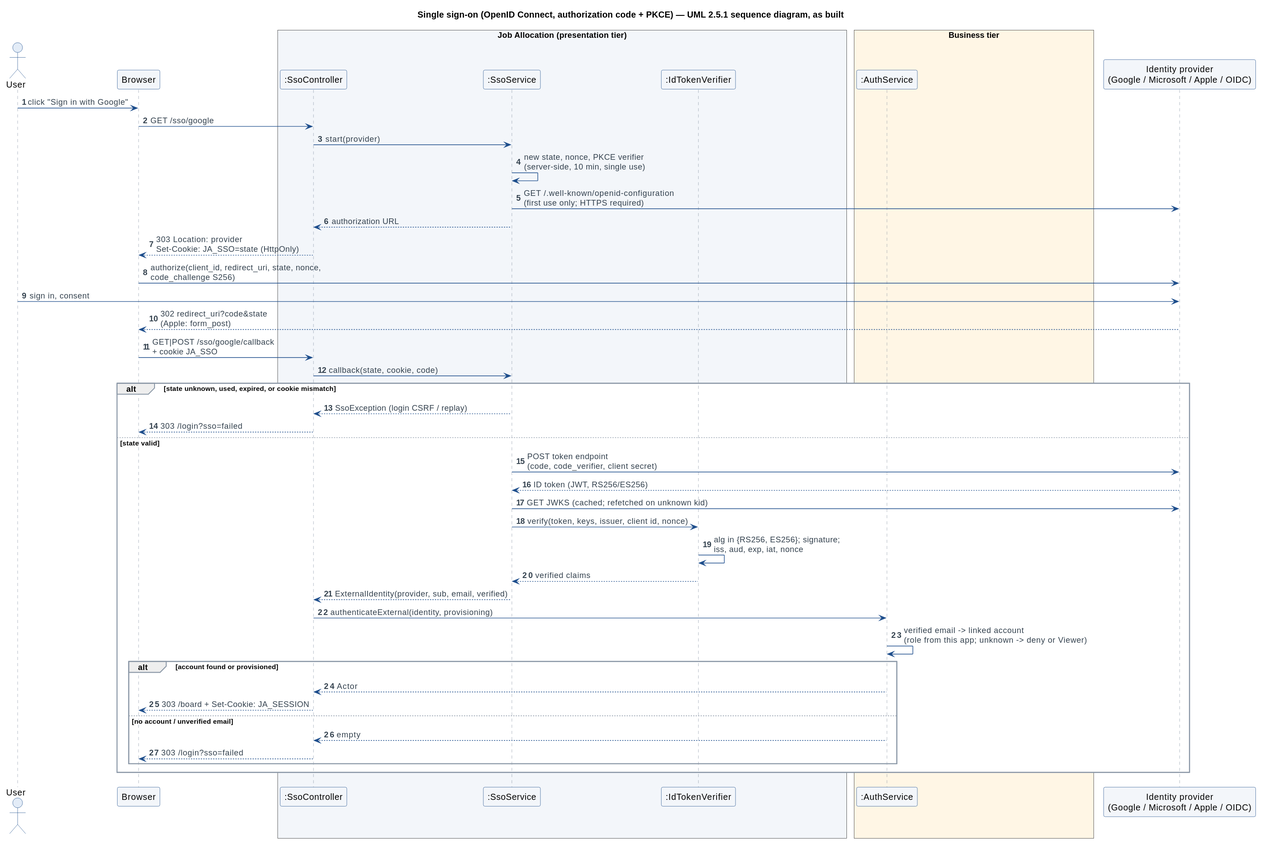
Earlier version of the PlantUML export diagrams/svg/30-sso-sequence.svg (jaricsng/ooad-3tier-job-allocation).
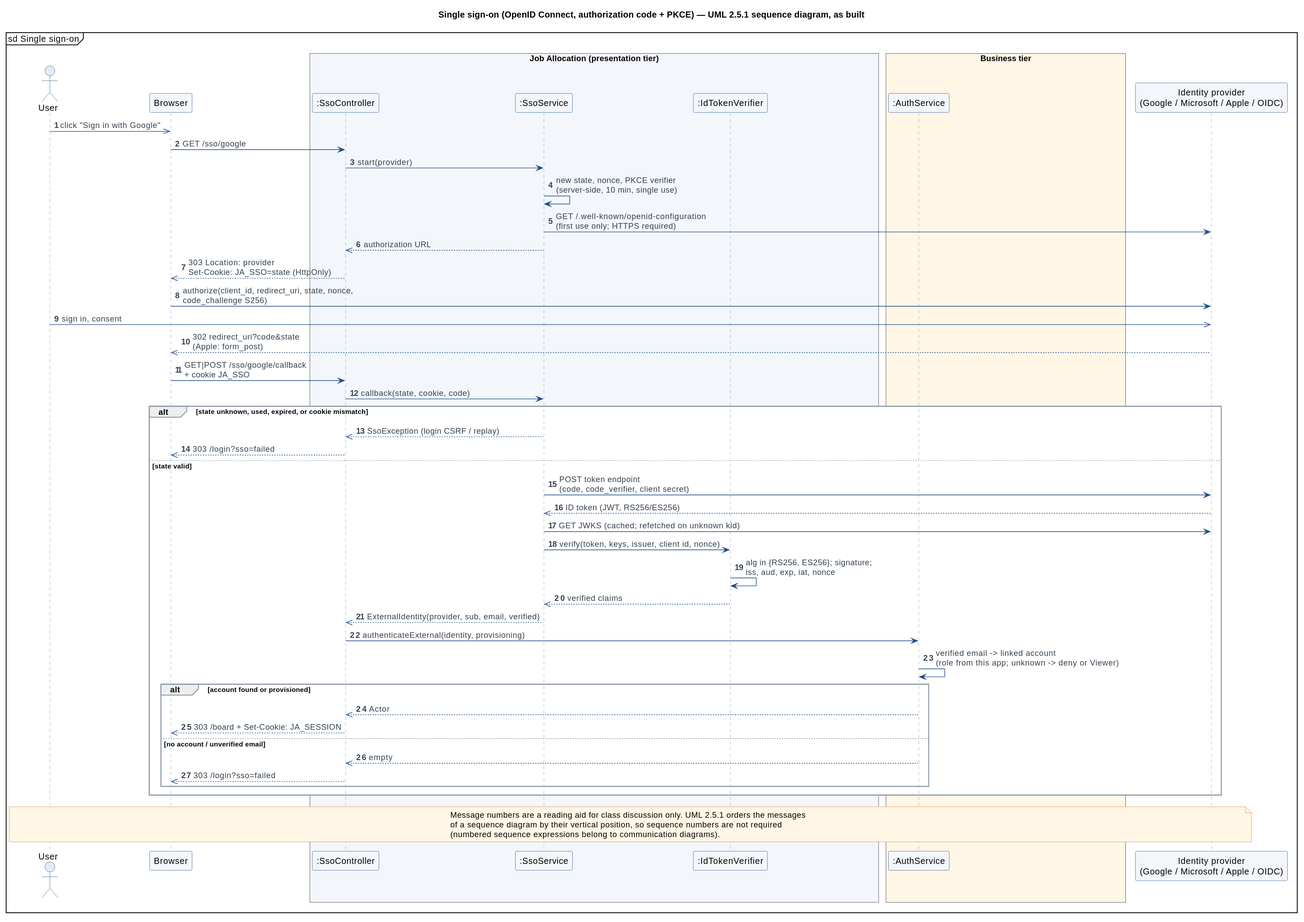
The same file after the commit.

The edit, as a diff of the source:
```diff
@@ -1,5 +1,6 @@
 @startuml
 !include style.iuml
+mainframe sd Single sign-on
 autonumber
 title Single sign-on (OpenID Connect, authorization code + PKCE) — UML 2.5.1 sequence diagram, as built
 
@@ -15,37 +16,42 @@
 end box
 participant "Identity provider\n(Google / Microsoft / Apple / OIDC)" as P
 
-U -> B : click "Sign in with Google"
+U ->> B : click "Sign in with Google"
 B -> C : GET /sso/google
 C -> S : start(provider)
 S -> S : new state, nonce, PKCE verifier\n(server-side, 10 min, single use)
 S -> P : GET /.well-known/openid-configuration\n(first use only; HTTPS required)
-S --> C : authorization URL
-C --> B : 303 Location: provider\nSet-Cookie: JA_SSO=state (HttpOnly)
+S -->> C : authorization URL
+C -->> B : 303 Location: provider\nSet-Cookie: JA_SSO=state (HttpOnly)
 B -> P : authorize(client_id, redirect_uri, state, nonce,\ncode_challenge S256)
-U -> P : sign in, consent
-P --> B : 302 redirect_uri?code&state\n(Apple: form_post)
+U ->> P : sign in, consent
+P -->> B : 302 redirect_uri?code&state\n(Apple: form_post)
 B -> C : GET|POST /sso/google/callback\n+ cookie JA_SSO
 C -> S : callback(state, cookie, code)
 alt state unknown, used, expired, or cookie mismatch
-  S --> C : SsoException (login CSRF / replay)
-  C --> B : 303 /login?sso=failed
+  S -->> C : SsoException (login CSRF / replay)
+  C -->> B : 303 /login?sso=failed
 else state valid
   S -> P : POST token endpoint\n(code, code_verifier, client secret)
-  P --> S : ID token (JWT, RS256/ES256)
+  P -->> S : ID token (JWT, RS256/ES256)
   S -> P : GET JWKS (cached; refetched on unknown kid)
   S -> V : verify(token, keys, issuer, client id, nonce)
   V -> V : alg in {RS256, ES256}; signature;\niss, aud, exp, iat, nonce
-  V --> S : verified claims
-  S --> C : ExternalIdentity(provider, sub, email, verified)
+  V -->> S : verified claims
+  S -->> C : ExternalIdentity(provider, sub, email, verified)
   C -> A : authenticateExternal(identity, provisioning)
   A -> A : verified email -> linked account\n(role from this app; unknown -> deny or Viewer)
   alt account found or provisioned
-    A --> C : Actor
-    C --> B : 303 /board + Set-Cookie: JA_SESSION
+    A -->> C : Actor
+    C -->> B : 303 /board + Set-Cookie: JA_SESSION
   else no account / unverified email
-    A --> C : empty
-    C --> B : 303 /login?sso=failed
+    A -->> C : empty
+    C -->> B : 303 /login?sso=failed
   end
 end
+note across
+  Message numbers are a reading aid for class discussion only. UML 2.5.1 orders the messages
+  of a sequence diagram by their vertical position, so sequence numbers are not required
+  (numbered sequence expressions belong to communication diagrams).
+end note
 @enduml
```
